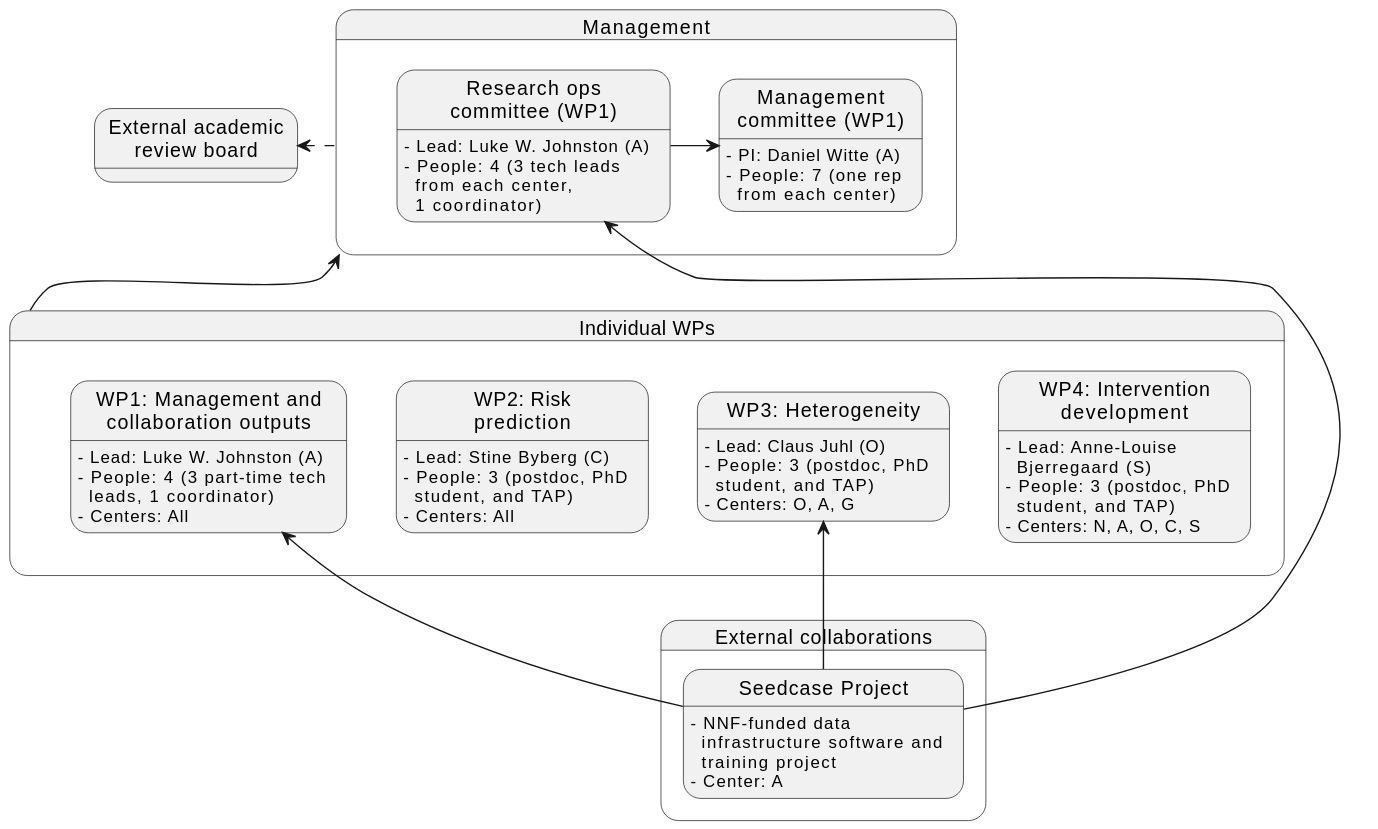
Before: wp1/images/organization.svg, a diagram exported from PlantUML (steno-aarhus/dp-next).
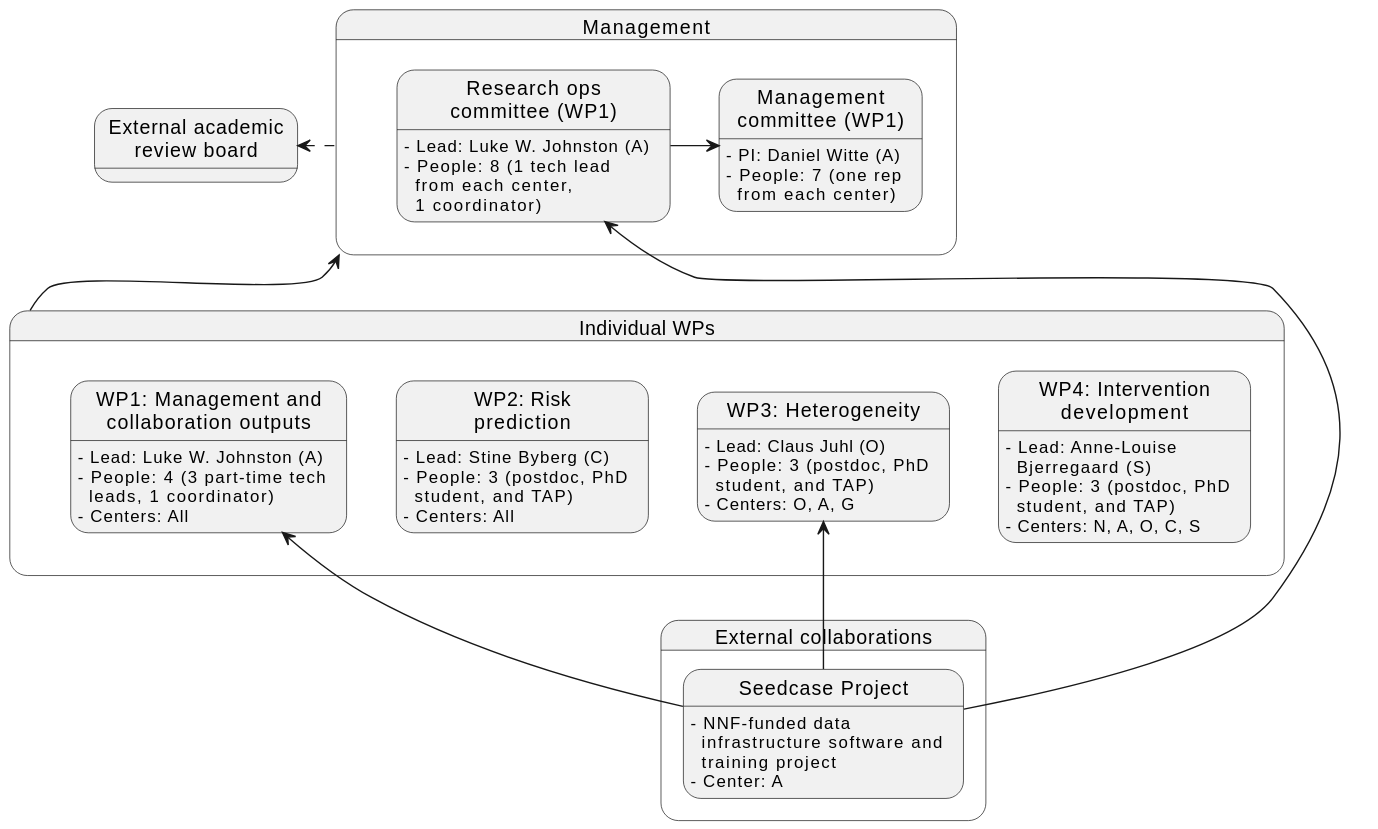
The same file after the commit.

Commit message:
docs(figures): :memo: update and finish a draft of the figures

The edit, as a diff of the source:
```diff
@@ -8,7 +8,7 @@
 
     state "Research ops\ncommittee (WP1)" as roc
     roc : - Lead: Luke W. Johnston (A)
-    roc : - People: 4 (3 tech leads\n  from each center,\n  1 coordinator)
+    roc : - People: 8 (1 tech lead\n  from each center,\n  1 coordinator)
 }
 
 state "Individual WPs" as wps {
```
